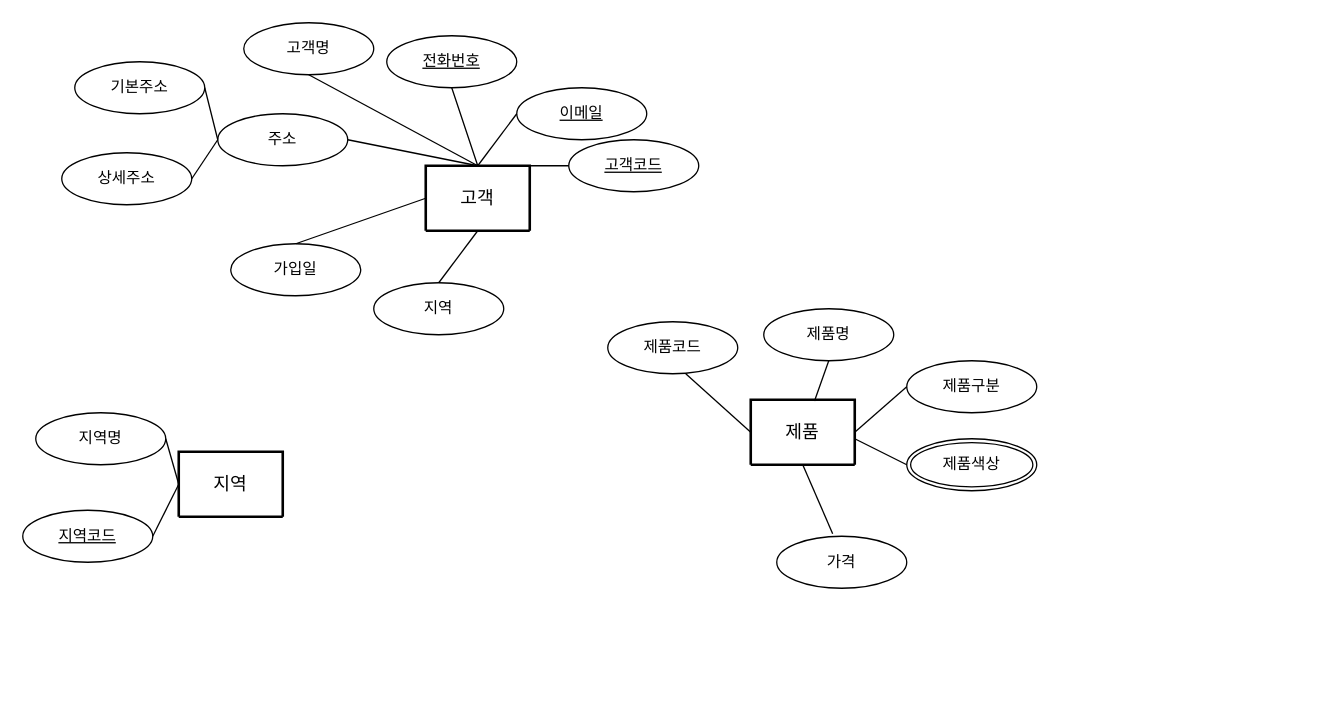
The draw.io diagram 제목 없는 다이어그램.drawio in byeongik11/erd, before the edit. Source tidied: cells renumbered, new cells numbered last; positions are measured from the earlier drawing's top-left corner, leaving out a move shared by most shapes. Both pictures are drawn from the tidied source at 130%, with x=0, y=0 at pixel (22, 22).
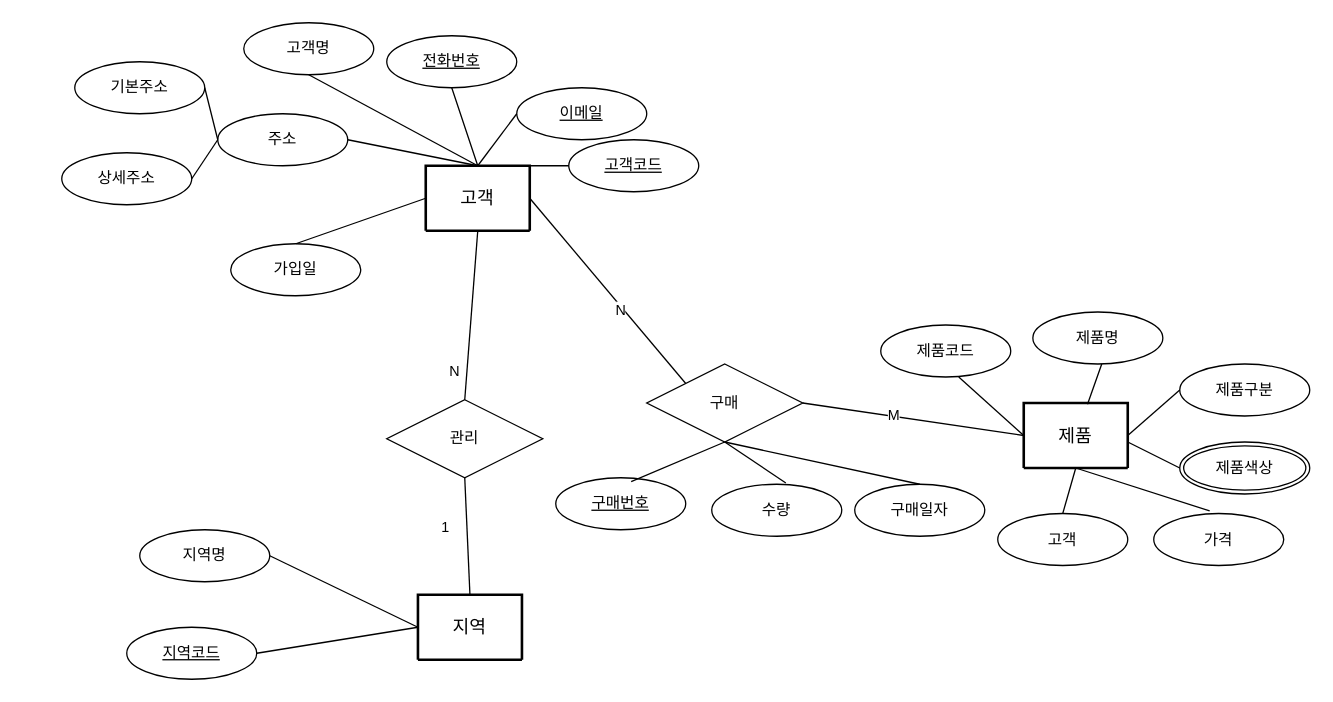
The same page after the edit.

Commit message (it also covers changes not shown here):
제목 없는 다이어그램.drawio 업데이트

Unchanged cells that the change refers to:
```xml
<mxCell id="2" value="고객" style="swimlane;horizontal=1;startSize=50;rounded=1;fontSize=14;fontStyle=0;strokeWidth=2;shadow=0;dashed=0;align=center;arcSize=4;whiteSpace=wrap;html=1;" parent="1" vertex="1" collapsed="1">
  <mxGeometry x="310" y="110" width="80" height="50" as="geometry" />
</mxCell>
```

The edit, as a diff of the source:
```diff
@@
-    <mxCell id="19" value="지역" style="ellipse;whiteSpace=wrap;html=1;align=center;" parent="1" vertex="1">
-      <mxGeometry x="270" y="200" width="100" height="40" as="geometry" />
-    </mxCell>
-    <mxCell id="20" style="endArrow=none;html=1;rounded=0;exitX=0.5;exitY=1;exitDx=0;exitDy=0;entryX=0.5;entryY=0;entryDx=0;entryDy=0;" parent="1" edge="1" source="2" target="19">
-      <mxGeometry relative="1" as="geometry" />
-    </mxCell>
     <mxCell id="21" value="지역" style="swimlane;horizontal=1;startSize=50;rounded=1;fontSize=14;fontStyle=0;strokeWidth=2;shadow=0;dashed=0;align=center;arcSize=4;whiteSpace=wrap;html=1;" parent="1" vertex="1" collapsed="1">
-      <mxGeometry x="120" y="330" width="80" height="50" as="geometry" />
+      <mxGeometry x="304" y="440" width="80" height="50" as="geometry" />
     </mxCell>
     <mxCell id="22" value="제품" style="swimlane;horizontal=1;startSize=50;rounded=1;fontSize=14;fontStyle=0;strokeWidth=2;shadow=0;dashed=0;align=center;arcSize=4;whiteSpace=wrap;html=1;" parent="1" vertex="1" collapsed="1">
-      <mxGeometry x="560" y="290" width="80" height="50" as="geometry" />
+      <mxGeometry x="770" y="292.5" width="80" height="50" as="geometry" />
     </mxCell>
     <mxCell id="23" value="지역명" style="ellipse;whiteSpace=wrap;html=1;align=center;" parent="1" vertex="1">
-      <mxGeometry x="10" y="300" width="100" height="40" as="geometry" />
+      <mxGeometry x="90" y="390" width="100" height="40" as="geometry" />
     </mxCell>
     <mxCell id="24" value="&lt;u&gt;지역코드&lt;/u&gt;" style="ellipse;whiteSpace=wrap;html=1;align=center;" parent="1" vertex="1">
-      <mxGeometry y="375" width="100" height="40" as="geometry" />
+      <mxGeometry x="80" y="465" width="100" height="40" as="geometry" />
     </mxCell>
@@
     <mxCell id="27" value="제품코드" style="ellipse;whiteSpace=wrap;html=1;align=center;" parent="1" vertex="1">
-      <mxGeometry x="450" y="230" width="100" height="40" as="geometry" />
+      <mxGeometry x="660" y="232.5" width="100" height="40" as="geometry" />
     </mxCell>
     <mxCell id="28" value="제품명" style="ellipse;whiteSpace=wrap;html=1;align=center;" parent="1" vertex="1">
-      <mxGeometry x="570" y="220" width="100" height="40" as="geometry" />
+      <mxGeometry x="777" y="222.5" width="100" height="40" as="geometry" />
     </mxCell>
     <mxCell id="29" value="제품구분" style="ellipse;whiteSpace=wrap;html=1;align=center;" parent="1" vertex="1">
-      <mxGeometry x="680" y="260" width="100" height="40" as="geometry" />
+      <mxGeometry x="890" y="262.5" width="100" height="40" as="geometry" />
     </mxCell>
     <mxCell id="30" value="가격" style="ellipse;whiteSpace=wrap;html=1;align=center;" parent="1" vertex="1">
-      <mxGeometry x="580" y="395" width="100" height="40" as="geometry" />
+      <mxGeometry x="870" y="377.5" width="100" height="40" as="geometry" />
     </mxCell>
     <mxCell id="31" value="제품색상" style="ellipse;shape=doubleEllipse;margin=3;whiteSpace=wrap;html=1;align=center;" parent="1" vertex="1">
-      <mxGeometry x="680" y="320" width="100" height="40" as="geometry" />
+      <mxGeometry x="890" y="322.5" width="100" height="40" as="geometry" />
     </mxCell>
     <mxCell id="32" style="endArrow=none;html=1;rounded=0;exitX=0.5;exitY=1;exitDx=0;exitDy=0;entryX=0;entryY=0.5;entryDx=0;entryDy=0;" parent="1" edge="1" target="22">
       <mxGeometry relative="1" as="geometry">
-        <mxPoint x="510" y="270" as="sourcePoint" />
+        <mxPoint x="720" y="272.5" as="sourcePoint" />
       </mxGeometry>
     </mxCell>
-    <mxCell id="33" style="endArrow=none;html=1;rounded=0;exitX=0.5;exitY=1;exitDx=0;exitDy=0;entryX=0.613;entryY=0.02;entryDx=0;entryDy=0;entryPerimeter=0;" parent="1" edge="1" source="28" target="22">
-      <mxGeometry relative="1" as="geometry" />
+    <mxCell id="33" style="endArrow=none;html=1;rounded=0;exitX=0.5;exitY=1;exitDx=0;exitDy=0;entryX=0.613;entryY=0.02;entryDx=0;entryDy=0;entryPerimeter=0;" parent="1" edge="1" target="22">
+      <mxGeometry relative="1" as="geometry">
+        <mxPoint x="830" y="262.5" as="sourcePoint" />
+      </mxGeometry>
     </mxCell>
@@
     <mxCell id="35" style="endArrow=none;html=1;rounded=0;entryX=0;entryY=0.5;entryDx=0;entryDy=0;" parent="1" edge="1" target="31">
       <mxGeometry relative="1" as="geometry">
-        <mxPoint x="640" y="320" as="sourcePoint" />
+        <mxPoint x="850" y="322.5" as="sourcePoint" />
       </mxGeometry>
     </mxCell>
@@
+    <mxCell id="37" value="고객" style="ellipse;whiteSpace=wrap;html=1;align=center;" parent="1" vertex="1">
+      <mxGeometry x="750" y="377.5" width="100" height="40" as="geometry" />
+    </mxCell>
+    <mxCell id="38" style="endArrow=none;html=1;rounded=0;entryX=0;entryY=0;entryDx=0;entryDy=0;exitX=1;exitY=0.5;exitDx=0;exitDy=0;" parent="1" edge="1" source="2" target="46">
+      <mxGeometry relative="1" as="geometry" />
+    </mxCell>
+    <mxCell id="39" value="N" style="edgeLabel;html=1;align=center;verticalAlign=middle;" parent="38" vertex="1">
+      <mxGeometry x="0.18" y="-2" relative="1" as="geometry" />
+    </mxCell>
+    <mxCell id="40" style="endArrow=none;html=1;rounded=0;entryX=0.5;entryY=0;entryDx=0;entryDy=0;exitX=0.5;exitY=1;exitDx=0;exitDy=0;" parent="1" edge="1" source="22" target="37">
+      <mxGeometry relative="1" as="geometry" />
+    </mxCell>
+    <mxCell id="41" value="관리" style="shape=rhombus;perimeter=rhombusPerimeter;whiteSpace=wrap;html=1;align=center;" parent="1" vertex="1">
+      <mxGeometry x="280" y="290" width="120" height="60" as="geometry" />
+    </mxCell>
+    <mxCell id="42" style="endArrow=none;html=1;rounded=0;exitX=0.5;exitY=1;exitDx=0;exitDy=0;entryX=0.5;entryY=0;entryDx=0;entryDy=0;" parent="1" edge="1" source="2" target="41">
+      <mxGeometry relative="1" as="geometry" />
+    </mxCell>
+    <mxCell id="43" value="N" style="edgeLabel;html=1;align=center;verticalAlign=middle;" parent="42" vertex="1">
+      <mxGeometry x="0.66" y="-1" relative="1" as="geometry">
+        <mxPoint x="-9" as="offset" />
+      </mxGeometry>
+    </mxCell>
+    <mxCell id="44" style="endArrow=none;html=1;rounded=0;exitX=0.5;exitY=0;exitDx=0;exitDy=0;entryX=0.5;entryY=1;entryDx=0;entryDy=0;" parent="1" edge="1" source="21" target="41">
+      <mxGeometry relative="1" as="geometry" />
+    </mxCell>
+    <mxCell id="45" value="1" style="edgeLabel;html=1;align=center;verticalAlign=middle;" parent="44" vertex="1">
+      <mxGeometry x="0.13" y="2" relative="1" as="geometry">
+        <mxPoint x="-15" y="-2" as="offset" />
+      </mxGeometry>
+    </mxCell>
+    <mxCell id="46" value="구매" style="shape=rhombus;perimeter=rhombusPerimeter;whiteSpace=wrap;html=1;align=center;" parent="1" vertex="1">
+      <mxGeometry x="480" y="262.5" width="120" height="60" as="geometry" />
+    </mxCell>
+    <mxCell id="47" value="&lt;u&gt;구매번호&lt;/u&gt;" style="ellipse;whiteSpace=wrap;html=1;align=center;" parent="1" vertex="1">
+      <mxGeometry x="410" y="350" width="100" height="40" as="geometry" />
+    </mxCell>
+    <mxCell id="48" value="수량" style="ellipse;whiteSpace=wrap;html=1;align=center;" parent="1" vertex="1">
+      <mxGeometry x="530" y="355" width="100" height="40" as="geometry" />
+    </mxCell>
+    <mxCell id="49" value="구매일자" style="ellipse;whiteSpace=wrap;html=1;align=center;" parent="1" vertex="1">
+      <mxGeometry x="640" y="355" width="100" height="40" as="geometry" />
+    </mxCell>
+    <mxCell id="50" style="endArrow=none;html=1;rounded=0;exitX=0.58;exitY=0.075;exitDx=0;exitDy=0;exitPerimeter=0;entryX=0.5;entryY=1;entryDx=0;entryDy=0;" parent="1" edge="1" source="47" target="46">
+      <mxGeometry relative="1" as="geometry" />
+    </mxCell>
+    <mxCell id="51" style="endArrow=none;html=1;rounded=0;entryX=0.5;entryY=1;entryDx=0;entryDy=0;" parent="1" edge="1" target="46">
+      <mxGeometry relative="1" as="geometry">
+        <mxPoint x="587" y="354" as="sourcePoint" />
+      </mxGeometry>
+    </mxCell>
+    <mxCell id="52" style="endArrow=none;html=1;rounded=0;exitX=0.5;exitY=0;exitDx=0;exitDy=0;entryX=0.5;entryY=1;entryDx=0;entryDy=0;" parent="1" edge="1" source="49" target="46">
+      <mxGeometry relative="1" as="geometry" />
+    </mxCell>
+    <mxCell id="53" style="endArrow=none;html=1;rounded=0;entryX=0;entryY=0.5;entryDx=0;entryDy=0;exitX=1;exitY=0.5;exitDx=0;exitDy=0;" parent="1" edge="1" source="46" target="22">
+      <mxGeometry relative="1" as="geometry" />
+    </mxCell>
+    <mxCell id="54" value="M" style="edgeLabel;html=1;align=center;verticalAlign=middle;" parent="53" vertex="1">
+      <mxGeometry x="-0.18" y="1" relative="1" as="geometry" />
+    </mxCell>
```
